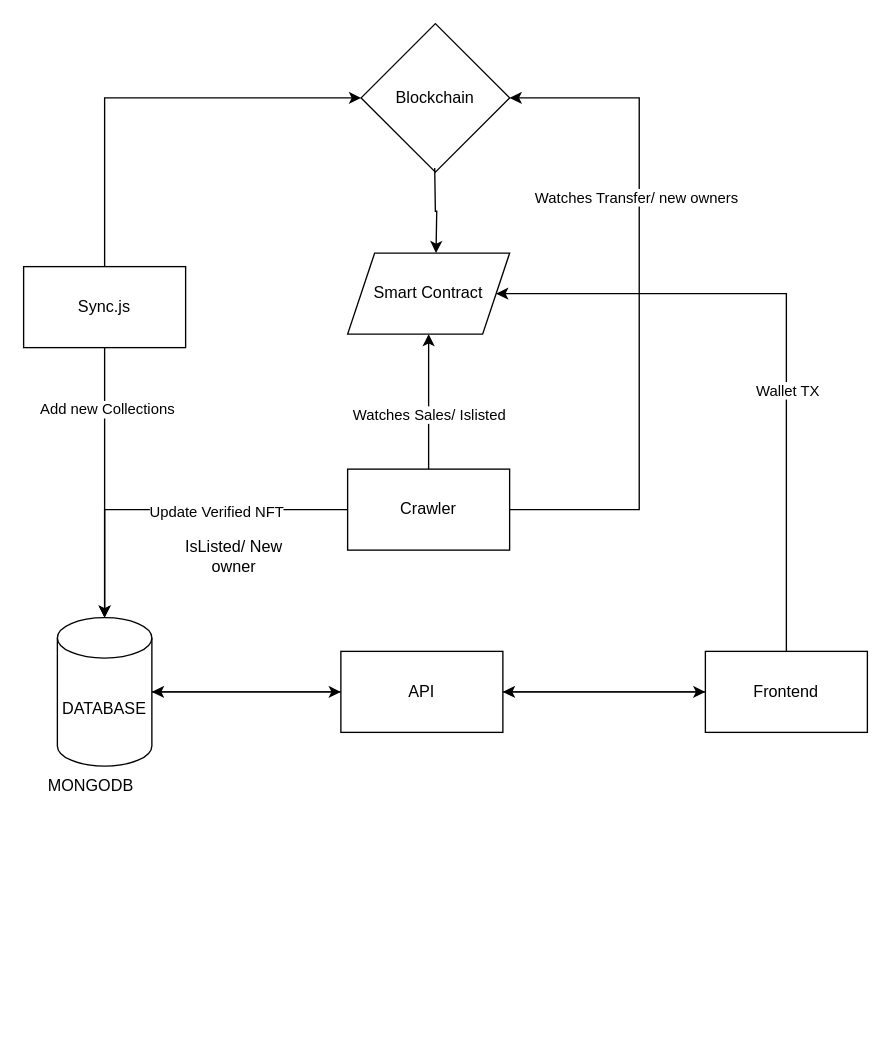
This is NFT-Marketplace.drawio from Nabilislam722/Mintora, a draw.io file, before an edit. Source tidied: cells renumbered, new cells numbered last; positions are measured from the earlier drawing's top-left corner, leaving out a move shared by most shapes. Both pictures are drawn from the tidied source at 135%, with x=0, y=0 at pixel (23, 23).
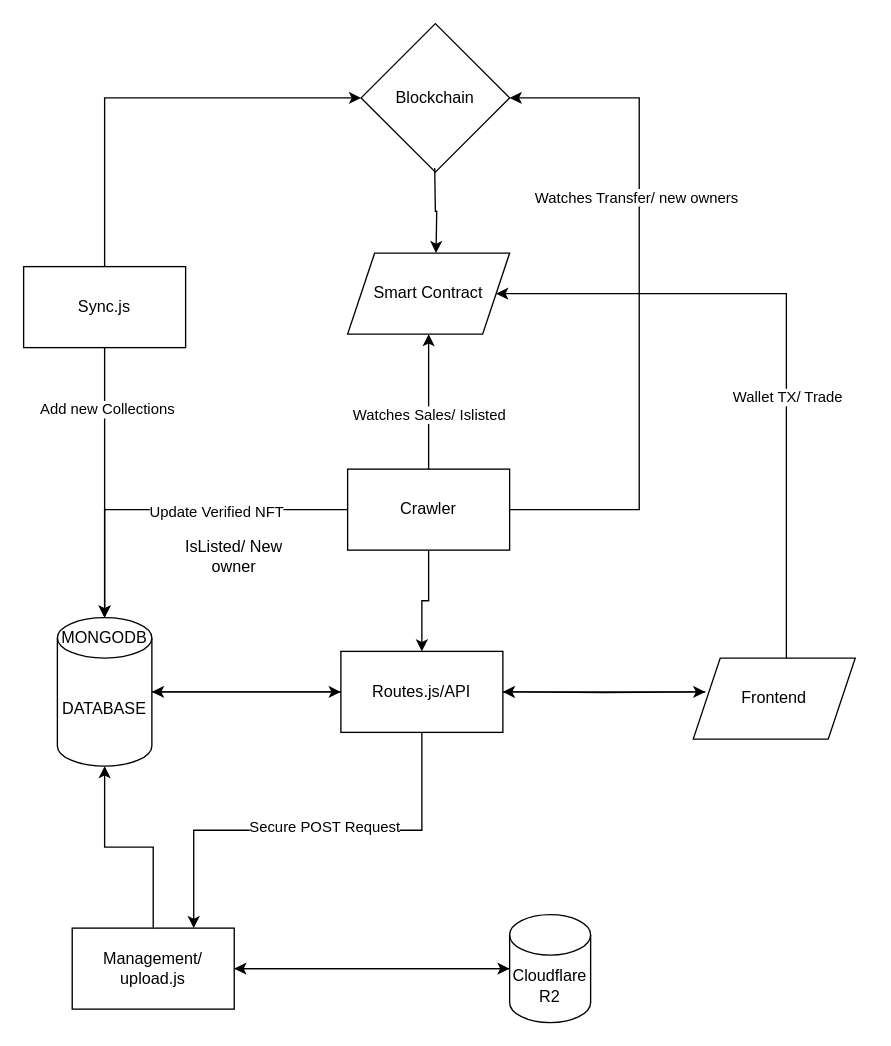
Above is the later version.

The change refers to these unchanged cells:
```xml
<mxCell id="9" value="Crawler" style="rounded=0;whiteSpace=wrap;html=1;" parent="1" vertex="1">
  <mxGeometry x="240" y="330" width="120" height="60" as="geometry" />
</mxCell>
<mxCell id="17" value="DATABASE" style="shape=cylinder3;whiteSpace=wrap;html=1;boundedLbl=1;backgroundOutline=1;size=15;" parent="1" vertex="1">
  <mxGeometry x="25" y="440" width="70" height="110" as="geometry" />
</mxCell>
<mxCell id="18" value="Smart Contract" style="shape=parallelogram;perimeter=parallelogramPerimeter;whiteSpace=wrap;html=1;fixedSize=1;" parent="1" vertex="1">
  <mxGeometry x="240" y="170" width="120" height="60" as="geometry" />
</mxCell>
```

The edit, as a diff of the source:
```diff
@@
+    <mxCell id="27" style="edgeStyle=orthogonalEdgeStyle;rounded=0;jettySize=auto;html=1;exitX=0.5;exitY=1;exitDx=0;exitDy=0;entryX=0.5;entryY=0;entryDx=0;entryDy=0;" parent="1" edge="1" source="9" target="11">
+      <mxGeometry relative="1" as="geometry" />
+    </mxCell>
@@
-    <mxCell id="10" style="edgeStyle=orthogonalEdgeStyle;rounded=0;jettySize=auto;html=1;exitX=1;exitY=0.5;exitDx=0;exitDy=0;entryX=0;entryY=0.5;entryDx=0;entryDy=0;" parent="1" edge="1" source="11" target="15">
-      <mxGeometry relative="1" as="geometry" />
+    <mxCell id="10" style="edgeStyle=orthogonalEdgeStyle;rounded=0;jettySize=auto;html=1;exitX=1;exitY=0.5;exitDx=0;exitDy=0;entryX=0;entryY=0.5;entryDx=0;entryDy=0;" parent="1" edge="1" source="11">
+      <mxGeometry relative="1" as="geometry">
+        <mxPoint x="505" y="495" as="targetPoint" />
+      </mxGeometry>
     </mxCell>
+    <mxCell id="28" style="edgeStyle=orthogonalEdgeStyle;rounded=0;jettySize=auto;html=1;exitX=0.5;exitY=1;exitDx=0;exitDy=0;entryX=0.75;entryY=0;entryDx=0;entryDy=0;" parent="1" edge="1" source="11" target="33">
+      <mxGeometry relative="1" as="geometry" />
+    </mxCell>
+    <mxCell id="29" value="Secure POST Request" style="edgeLabel;html=1;align=center;verticalAlign=middle;" parent="28" vertex="1">
+      <mxGeometry x="-0.07" y="-3" relative="1" as="geometry">
+        <mxPoint x="1" as="offset" />
+      </mxGeometry>
+    </mxCell>
-    <mxCell id="11" value="API" style="rounded=0;whiteSpace=wrap;html=1;" parent="1" vertex="1">
+    <mxCell id="11" value="Routes.js/API" style="rounded=0;whiteSpace=wrap;html=1;" parent="1" vertex="1">
       <mxGeometry x="235" y="465" width="120" height="60" as="geometry" />
     </mxCell>
-    <mxCell id="12" style="edgeStyle=orthogonalEdgeStyle;rounded=0;jettySize=auto;html=1;entryX=1;entryY=0.5;entryDx=0;entryDy=0;" parent="1" edge="1" source="15" target="11">
-      <mxGeometry relative="1" as="geometry" />
+    <mxCell id="12" style="edgeStyle=orthogonalEdgeStyle;rounded=0;jettySize=auto;html=1;entryX=1;entryY=0.5;entryDx=0;entryDy=0;" parent="1" edge="1" target="11">
+      <mxGeometry relative="1" as="geometry">
+        <mxPoint x="505" y="495" as="sourcePoint" />
+      </mxGeometry>
     </mxCell>
-    <mxCell id="13" style="edgeStyle=orthogonalEdgeStyle;rounded=0;jettySize=auto;html=1;exitX=0.5;exitY=0;exitDx=0;exitDy=0;entryX=1;entryY=0.5;entryDx=0;entryDy=0;" parent="1" edge="1" source="15" target="18">
+    <mxCell id="13" style="edgeStyle=orthogonalEdgeStyle;rounded=0;jettySize=auto;html=1;exitX=0.566;exitY=0.052;exitDx=0;exitDy=0;entryX=1;entryY=0.5;entryDx=0;entryDy=0;exitPerimeter=0;" parent="1" edge="1" source="15" target="18">
       <mxGeometry relative="1" as="geometry">
         <Array as="points">
+          <mxPoint x="565" y="473" />
           <mxPoint x="565" y="200" />
         </Array>
       </mxGeometry>
     </mxCell>
-    <mxCell id="14" value="Wallet TX" style="edgeLabel;html=1;align=center;verticalAlign=middle;" parent="13" vertex="1">
+    <mxCell id="14" value="Wallet TX/ Trade" style="edgeLabel;html=1;align=center;verticalAlign=middle;" parent="13" vertex="1">
       <mxGeometry x="-0.19" relative="1" as="geometry" />
     </mxCell>
-    <mxCell id="15" value="Frontend" style="rounded=0;whiteSpace=wrap;html=1;" parent="1" vertex="1">
-      <mxGeometry x="505" y="465" width="120" height="60" as="geometry" />
-    </mxCell>
@@
     <mxCell id="20" value="MONGODB" style="text;html=1;whiteSpace=wrap;strokeColor=none;fillColor=none;align=center;verticalAlign=middle;rounded=0;" parent="1" vertex="1">
-      <mxGeometry x="5" y="550" width="90" height="30" as="geometry" />
+      <mxGeometry x="15" y="440" width="90" height="30" as="geometry" />
     </mxCell>
@@
+    <mxCell id="30" style="edgeStyle=orthogonalEdgeStyle;rounded=0;jettySize=auto;html=1;exitX=0;exitY=0.5;exitDx=0;exitDy=0;exitPerimeter=0;entryX=1;entryY=0.5;entryDx=0;entryDy=0;" parent="1" edge="1" source="31" target="33">
+      <mxGeometry relative="1" as="geometry" />
+    </mxCell>
+    <mxCell id="31" value="Cloudflare R2" style="shape=cylinder3;whiteSpace=wrap;html=1;boundedLbl=1;backgroundOutline=1;size=15;" parent="1" vertex="1">
+      <mxGeometry x="360" y="660" width="60" height="80" as="geometry" />
+    </mxCell>
+    <mxCell id="32" style="edgeStyle=orthogonalEdgeStyle;rounded=0;jettySize=auto;html=1;exitX=1;exitY=0.5;exitDx=0;exitDy=0;" parent="1" edge="1" source="33" target="31">
+      <mxGeometry relative="1" as="geometry" />
+    </mxCell>
+    <mxCell id="33" value="Management/ upload.js" style="rounded=0;whiteSpace=wrap;html=1;" parent="1" vertex="1">
+      <mxGeometry x="36" y="670" width="120" height="60" as="geometry" />
+    </mxCell>
+    <mxCell id="34" style="edgeStyle=orthogonalEdgeStyle;rounded=0;jettySize=auto;html=1;exitX=0.5;exitY=0;exitDx=0;exitDy=0;entryX=0.5;entryY=1;entryDx=0;entryDy=0;entryPerimeter=0;" parent="1" edge="1" source="33" target="17">
+      <mxGeometry relative="1" as="geometry" />
+    </mxCell>
+    <mxCell id="15" value="Frontend" style="shape=parallelogram;perimeter=parallelogramPerimeter;whiteSpace=wrap;html=1;fixedSize=1;" parent="1" vertex="1">
+      <mxGeometry x="496" y="470" width="120" height="60" as="geometry" />
+    </mxCell>
```
